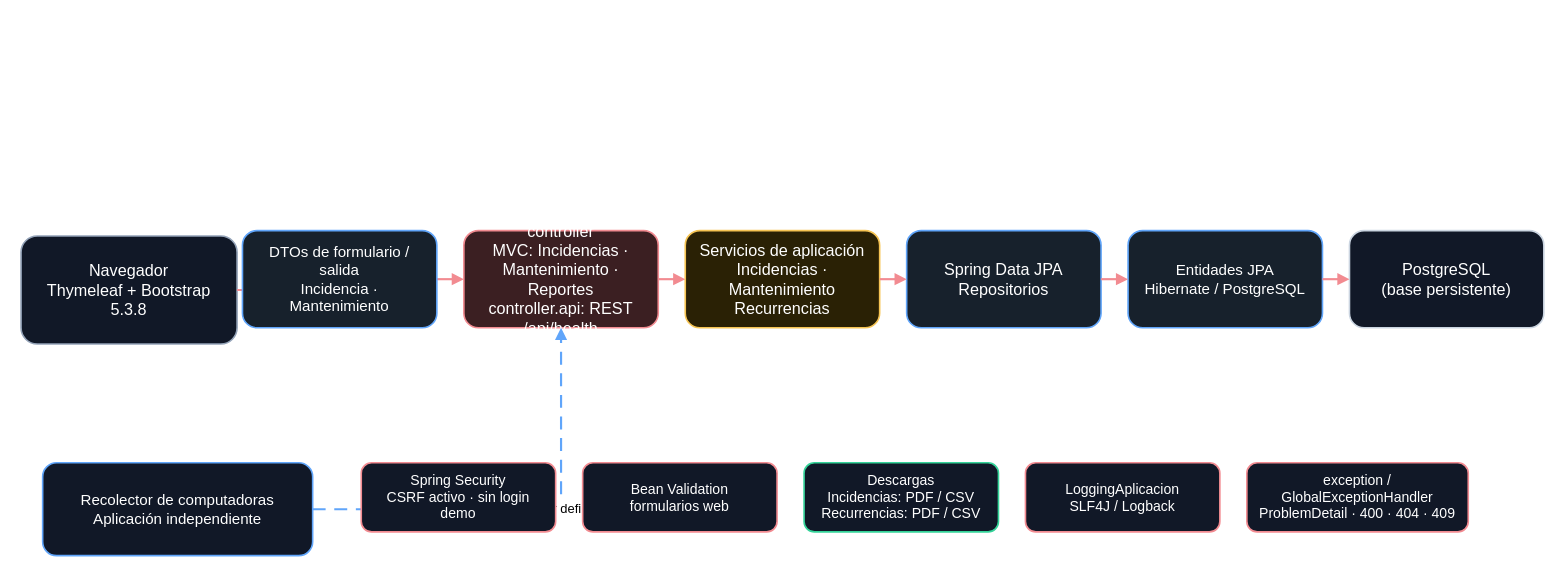
Before: page "01_Arquitectura" (1 of 3) of docs/TrazaLab_Arquitectura_Trazabilidad.drawio in arell-dev/TrazaLab, a draw.io diagram. Source tidied: cells renumbered, new cells numbered last; positions are measured from the earlier drawing's top-left corner, leaving out a move shared by most shapes. Both pictures are drawn from the tidied source at 108%, with x=0, y=0 at pixel (18, 18).
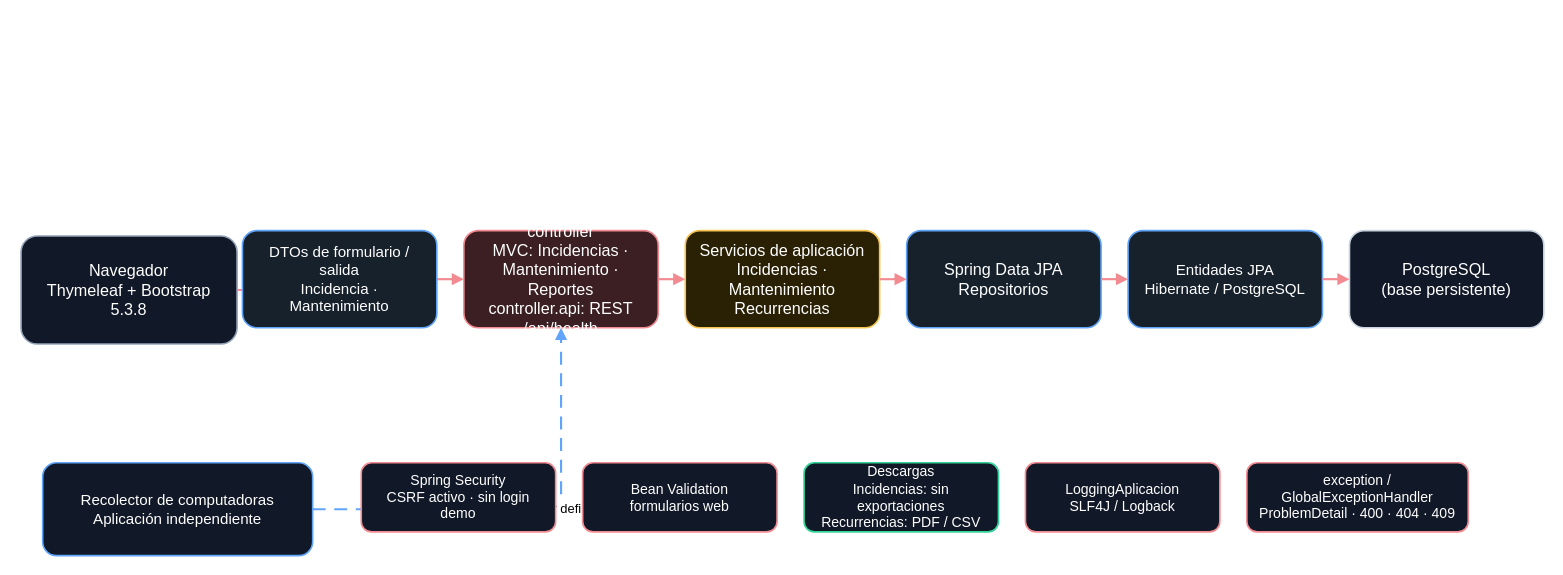
The same diagram, later.

Change to the diagram source:
```diff
@@
-    <mxCell id="16" value="Descargas&lt;br&gt;Incidencias: PDF / CSV&lt;br&gt;Recurrencias: PDF / CSV" style="rounded=1;whiteSpace=wrap;html=1;fillColor=#111827;strokeColor=#34D399;strokeWidth=1.5;fontColor=#FFFFFF;fontSize=13;align=center;verticalAlign=middle;spacing=8;" parent="1" vertex="1">
+    <mxCell id="16" value="Descargas&lt;br&gt;Incidencias: sin exportaciones&lt;br&gt;Recurrencias: PDF / CSV" style="rounded=1;whiteSpace=wrap;html=1;fillColor=#111827;strokeColor=#34D399;strokeWidth=1.5;fontColor=#FFFFFF;fontSize=13;align=center;verticalAlign=middle;spacing=8;" parent="1" vertex="1">
       <mxGeometry x="727" y="411" width="180" height="64" as="geometry" />
     </mxCell>
```
